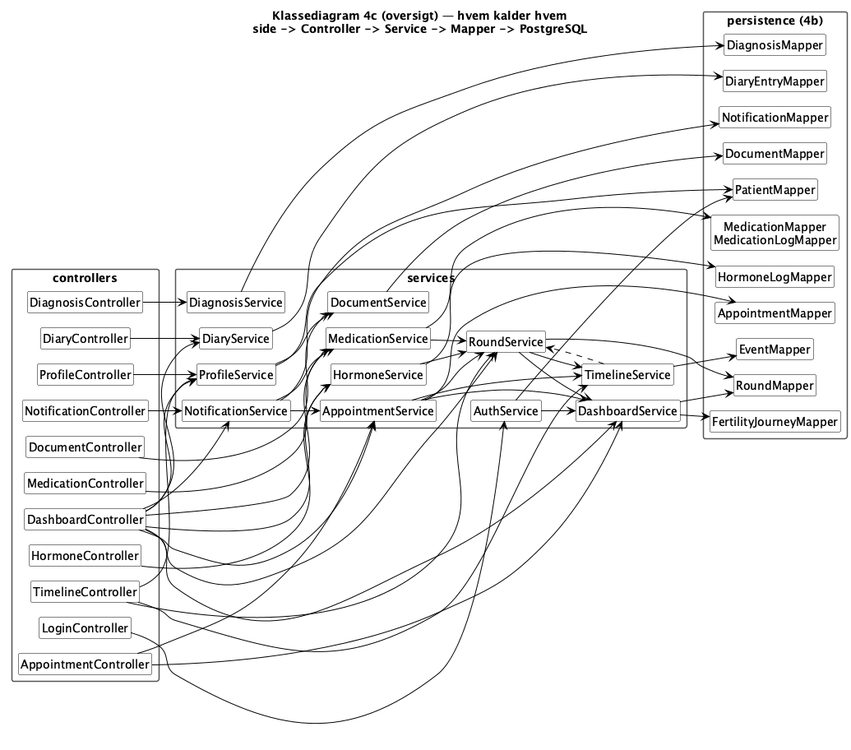
Above: doc/static/Klassediagram4c-oversigt.png in BesimaP/Simpl-PET-project (PlantUML), before the change.
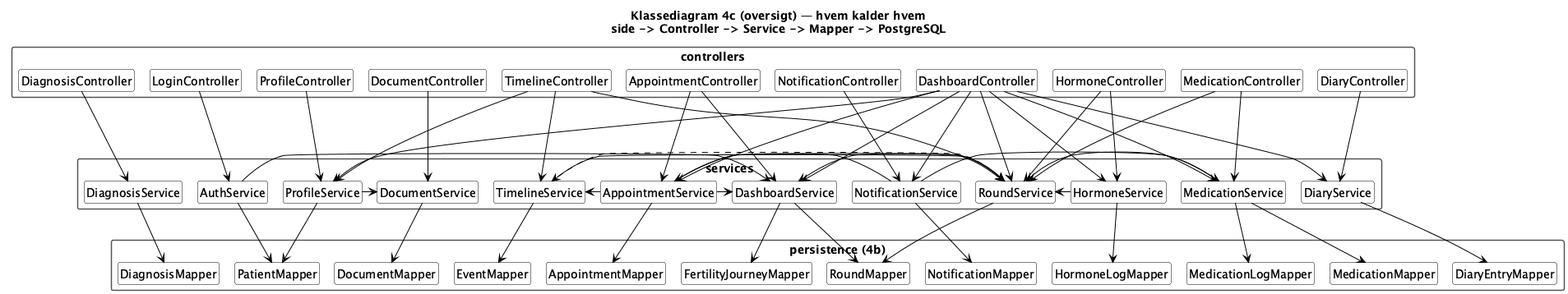
Later version of the same file.

What changed in the source:
```diff
@@ -1,19 +1,21 @@
 @startuml
 !pragma layout smetana
-left to right direction
-hide members
-hide circle
-skinparam packageStyle rectangle
+
 skinparam shadowing false
+skinparam classAttributeIconSize 0
 skinparam classBackgroundColor white
 skinparam classBorderColor black
 skinparam classHeaderBackgroundColor white
 skinparam packageBackgroundColor white
 skinparam packageBorderColor #555555
+skinparam packageStyle rectangle
 skinparam noteBackgroundColor white
 skinparam noteBorderColor #555555
 skinparam ArrowColor black
 skinparam enumBackgroundColor white
+skinparam enumBorderColor black
+hide circle
+hide members
 
 title Klassediagram 4c (oversigt) — hvem kalder hvem\nside -> Controller -> Service -> Mapper -> PostgreSQL
 
@@ -21,104 +23,97 @@
 package "controllers" {
   class LoginController
   class ProfileController
+  class DiagnosisController
+  class DocumentController
   class DashboardController
   class TimelineController
+  class AppointmentController
   class HormoneController
   class MedicationController
-  class AppointmentController
+  class DiaryController
   class NotificationController
-  class DiaryController
-  class DiagnosisController
-  class DocumentController
 }
 
 package "services" {
   class AuthService
   class ProfileService
+  class DiagnosisService
+  class DocumentService
   class DashboardService
   class RoundService
   class TimelineService
+  class AppointmentService
   class HormoneService
   class MedicationService
-  class AppointmentService
+  class DiaryService
   class NotificationService
-  class DiaryService
-  class DiagnosisService
-  class DocumentService
 }
 
 package "persistence (4b)" {
   class PatientMapper
+  class DiagnosisMapper
+  class DocumentMapper
   class FertilityJourneyMapper
   class RoundMapper
   class EventMapper
+  class AppointmentMapper
   class HormoneLogMapper
-  class "MedicationMapper\nMedicationLogMapper" as MedMappers
-  class AppointmentMapper
+  class MedicationMapper
+  class MedicationLogMapper
+  class DiaryEntryMapper
   class NotificationMapper
-  class DiaryEntryMapper
-  class DiagnosisMapper
-  class DocumentMapper
 }
 
-LoginController --> AuthService
-AuthService --> PatientMapper
+LoginController ----> AuthService
+ProfileController ----> ProfileService
+DiagnosisController ----> DiagnosisService
+DocumentController ----> DocumentService
+DashboardController ----> DashboardService
+DashboardController ----> RoundService
+DashboardController ----> ProfileService
+DashboardController ----> NotificationService
+DashboardController ----> MedicationService
+DashboardController ----> AppointmentService
+DashboardController ----> HormoneService
+DashboardController ----> DiaryService
+TimelineController ----> TimelineService
+TimelineController ----> ProfileService
+TimelineController ----> RoundService
+AppointmentController ----> AppointmentService
+AppointmentController ----> DashboardService
+HormoneController ----> HormoneService
+HormoneController ----> RoundService
+MedicationController ----> MedicationService
+MedicationController ----> RoundService
+DiaryController ----> DiaryService
+NotificationController ----> NotificationService
 
-ProfileController --> ProfileService
-ProfileService --> PatientMapper
+AuthService -right-> DashboardService
+ProfileService -right-> DocumentService
+RoundService -right-> DashboardService
+RoundService -right-> TimelineService
+TimelineService .left.> RoundService
+HormoneService -right-> RoundService
+MedicationService -right-> RoundService
+AppointmentService -right-> DashboardService
+AppointmentService -right-> RoundService
+AppointmentService -right-> TimelineService
+NotificationService -right-> MedicationService
+NotificationService -right-> AppointmentService
 
-DashboardController --> DashboardService
-DashboardService --> FertilityJourneyMapper
+AuthService ---> PatientMapper
+ProfileService ---> PatientMapper
+DiagnosisService ---> DiagnosisMapper
+DocumentService ---> DocumentMapper
+DashboardService ---> FertilityJourneyMapper
+DashboardService ---> RoundMapper
+RoundService ---> RoundMapper
+TimelineService ---> EventMapper
+AppointmentService ---> AppointmentMapper
+HormoneService ---> HormoneLogMapper
+MedicationService ---> MedicationMapper
+MedicationService ---> MedicationLogMapper
+DiaryService ---> DiaryEntryMapper
+NotificationService ---> NotificationMapper
 
-DashboardController --> RoundService
-RoundService --> RoundMapper
-
-TimelineController --> TimelineService
-TimelineService --> EventMapper
-
-HormoneController --> HormoneService
-HormoneService --> HormoneLogMapper
-
-MedicationController --> MedicationService
-MedicationService --> MedMappers
-
-AppointmentController --> AppointmentService
-AppointmentService --> AppointmentMapper
-
-NotificationController --> NotificationService
-NotificationService --> NotificationMapper
-
-DiaryController --> DiaryService
-DiaryService --> DiaryEntryMapper
-
-DiagnosisController --> DiagnosisService
-DiagnosisService --> DiagnosisMapper
-
-DocumentController --> DocumentService
-DocumentService --> DocumentMapper
-
-DashboardService --> RoundMapper
-
-DashboardController --> ProfileService
-DashboardController --> NotificationService
-DashboardController --> MedicationService
-DashboardController --> AppointmentService
-DashboardController --> HormoneService
-DashboardController --> DiaryService
-TimelineController --> ProfileService
-TimelineController --> RoundService
-AppointmentController --> DashboardService
-
-AuthService --> DashboardService
-ProfileService --> DocumentService
-RoundService --> DashboardService
-RoundService --> TimelineService
-TimelineService ..> RoundService
-HormoneService --> RoundService
-MedicationService --> RoundService
-AppointmentService --> DashboardService
-AppointmentService --> RoundService
-AppointmentService --> TimelineService
-NotificationService --> MedicationService
-NotificationService --> AppointmentService
 @enduml
```
